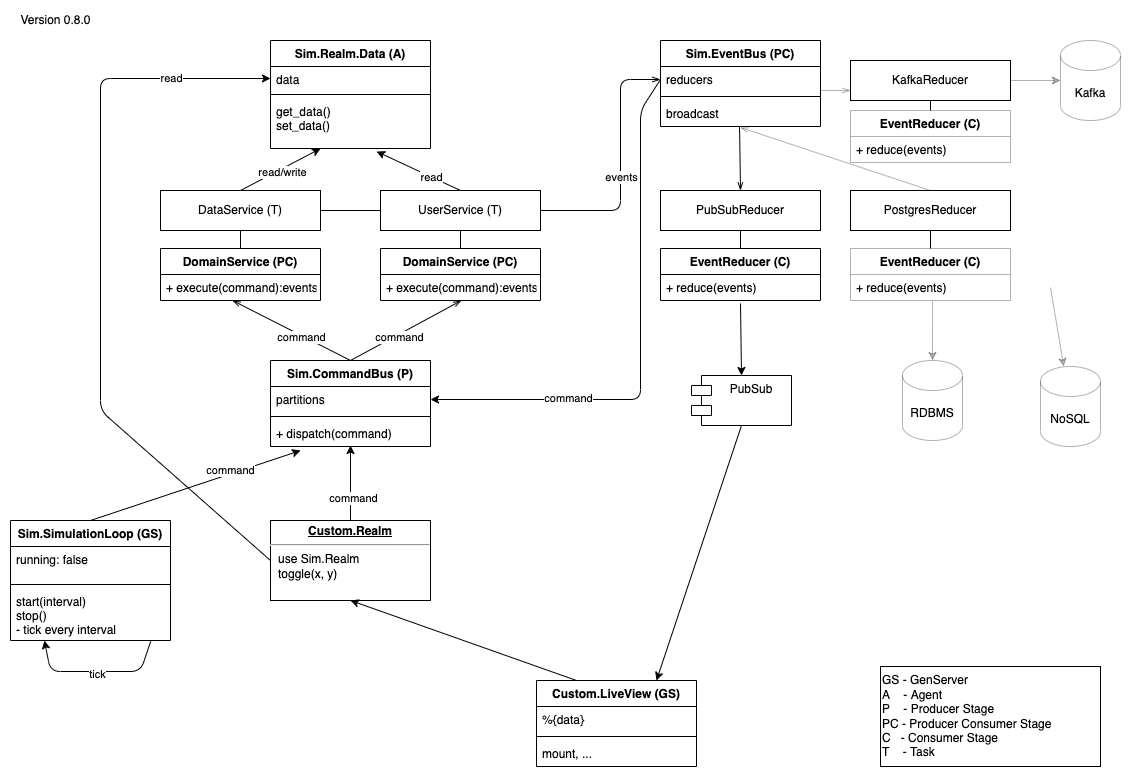
This is apps/sim/documentation/SimRealm.png from grrrisu/thundermoon-umbrella, a draw.io export, as it was before one commit. Source tidied: cells renumbered, new cells last; positions are measured from the earlier drawing's top-left corner, leaving out a move shared by most shapes.
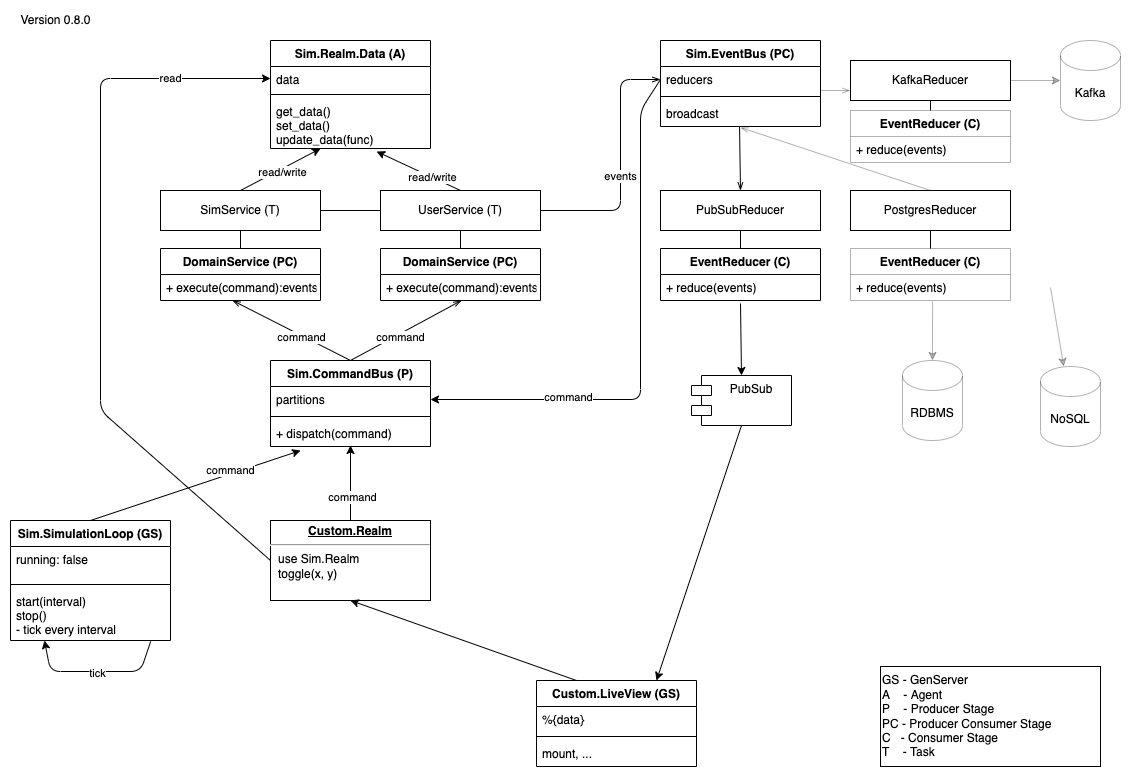
Later version of the same file.

Commit message:
update documentation with data_helpers example

Diff of the diagram source:
```diff
@@ -20,7 +20,7 @@
     <mxCell id="7" style="line;strokeWidth=1;fillColor=none;align=left;verticalAlign=middle;spacingTop=-1;spacingLeft=3;spacingRight=3;labelPosition=right;" parent="5" vertex="1">
       <mxGeometry y="50" width="160" height="8" as="geometry" />
     </mxCell>
-    <mxCell id="8" value="get_data()&#10;set_data()" style="text;strokeColor=none;fillColor=none;align=left;verticalAlign=top;spacingLeft=4;spacingRight=4;overflow=hidden;points=[[0,0.5],[1,0.5]];portConstraint=eastwest;" parent="5" vertex="1">
+    <mxCell id="8" value="get_data()&#10;set_data()&#10;update_data(func)" style="text;strokeColor=none;fillColor=none;align=left;verticalAlign=top;spacingLeft=4;spacingRight=4;overflow=hidden;points=[[0,0.5],[1,0.5]];portConstraint=eastwest;" parent="5" vertex="1">
       <mxGeometry y="58" width="160" height="50" as="geometry" />
     </mxCell>
     <mxCell id="9" value="Sim.SimulationLoop (GS)" style="swimlane;fontStyle=1;align=center;verticalAlign=top;horizontal=1;startSize=26;" parent="1" vertex="1">
@@ -151,9 +151,9 @@
     <mxCell id="47" style="endArrow=classic;html=1;entryX=0.663;entryY=1.06;entryDx=0;entryDy=0;entryPerimeter=0;exitX=0.5;exitY=0;exitDx=0;exitDy=0;" parent="1" edge="1" source="65" target="8">
       <mxGeometry relative="1" as="geometry" />
     </mxCell>
-    <mxCell id="48" value="read" style="edgeLabel;html=1;align=center;verticalAlign=middle;" parent="47" vertex="1">
-      <mxGeometry x="-0.29" relative="1" as="geometry" />
-    </mxCell>
+    <mxCell id="80" value="read/write" style="edgeLabel;html=1;align=center;verticalAlign=middle;" parent="47" vertex="1">
+      <mxGeometry x="-0.33" relative="1" as="geometry" />
+    </mxCell>
     <mxCell id="49" value="EventReducer (C)" style="swimlane;fontStyle=1;align=center;verticalAlign=top;horizontal=1;startSize=26;opacity=30;" parent="1" vertex="1">
       <mxGeometry x="840" y="238" width="160" height="52" as="geometry" />
     </mxCell>
@@ -207,7 +207,7 @@
         <mxPoint x="810" y="80" as="sourcePoint" />
       </mxGeometry>
     </mxCell>
-    <mxCell id="63" value="DataService (T)" style="rounded=0;whiteSpace=wrap;html=1;" parent="1" vertex="1">
+    <mxCell id="63" value="SimService (T)" style="rounded=0;whiteSpace=wrap;html=1;" parent="1" vertex="1">
       <mxGeometry x="150" y="180" width="160" height="40" as="geometry" />
     </mxCell>
     <mxCell id="64" style="endArrow=none;html=1;rounded=0;entryX=0.5;entryY=1;entryDx=0;entryDy=0;exitX=0.5;exitY=0;exitDx=0;exitDy=0;" parent="1" edge="1" source="23" target="63">
```
